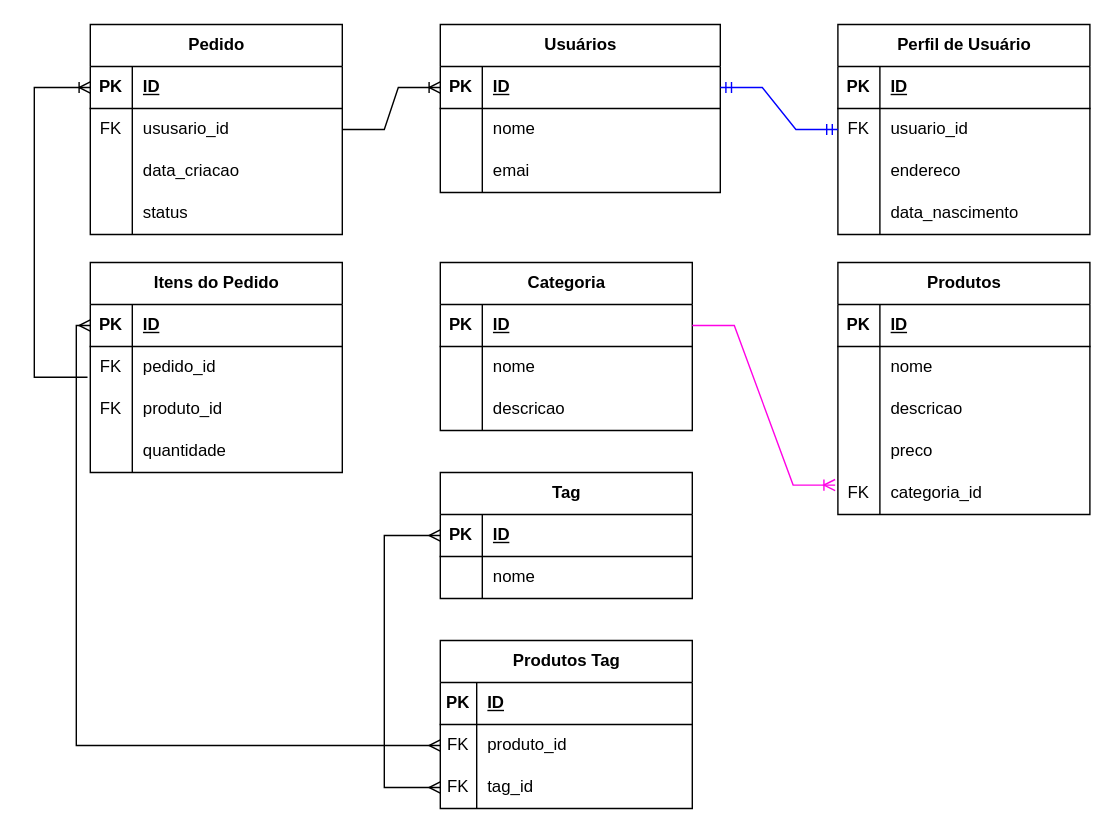
The draw.io diagram Diagrama sem nome.drawio in kaua27112008/aula-professor-jo-o-vitor, before the edit. Source tidied: cells renumbered, new cells numbered last; positions are measured from the earlier drawing's top-left corner, leaving out a move shared by most shapes. Both pictures are drawn from the tidied source at 140%, with x=0, y=0 at pixel (34, 24).
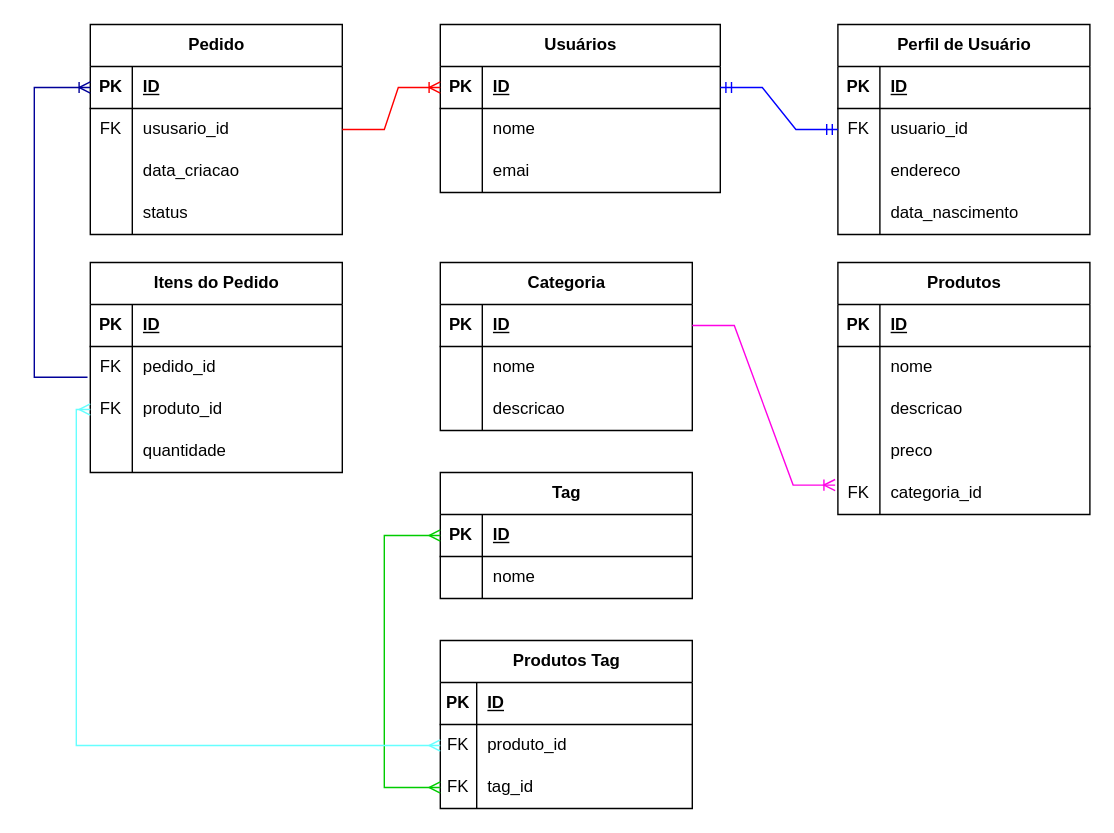
The same page after the edit.

The change refers to these unchanged cells:
```xml
<mxCell id="3" style="shape=tableRow;horizontal=0;startSize=0;swimlaneHead=0;swimlaneBody=0;fillColor=none;points=[[0,0.5],[1,0.5]];portConstraint=eastwest;top=0;left=0;right=0;bottom=1;" parent="2" vertex="1">
  <mxGeometry y="30" width="200" height="30" as="geometry" />
</mxCell>
<mxCell id="54" style="shape=tableRow;horizontal=0;startSize=0;swimlaneHead=0;swimlaneBody=0;fillColor=none;points=[[0,0.5],[1,0.5]];portConstraint=eastwest;top=0;left=0;right=0;bottom=1;" parent="53" vertex="1">
  <mxGeometry y="30" width="180" height="30" as="geometry" />
</mxCell>
<mxCell id="57" style="shape=tableRow;horizontal=0;startSize=0;swimlaneHead=0;swimlaneBody=0;fillColor=none;points=[[0,0.5],[1,0.5]];portConstraint=eastwest;top=0;left=0;right=0;bottom=0;" parent="53" vertex="1">
  <mxGeometry y="60" width="180" height="30" as="geometry" />
</mxCell>
<mxCell id="67" style="shape=tableRow;horizontal=0;startSize=0;swimlaneHead=0;swimlaneBody=0;fillColor=none;points=[[0,0.5],[1,0.5]];portConstraint=eastwest;top=0;left=0;right=0;bottom=1;" parent="66" vertex="1">
  <mxGeometry y="30" width="180" height="30" as="geometry" />
</mxCell>
<mxCell id="70" style="shape=tableRow;horizontal=0;startSize=0;swimlaneHead=0;swimlaneBody=0;fillColor=none;points=[[0,0.5],[1,0.5]];portConstraint=eastwest;top=0;left=0;right=0;bottom=0;" parent="66" vertex="1">
  <mxGeometry y="60" width="180" height="30" as="geometry" />
</mxCell>
<mxCell id="73" style="shape=tableRow;horizontal=0;startSize=0;swimlaneHead=0;swimlaneBody=0;fillColor=none;points=[[0,0.5],[1,0.5]];portConstraint=eastwest;top=0;left=0;right=0;bottom=0;" parent="66" vertex="1">
  <mxGeometry y="90" width="180" height="30" as="geometry" />
</mxCell>
<mxCell id="81" style="shape=tableRow;horizontal=0;startSize=0;swimlaneHead=0;swimlaneBody=0;fillColor=none;points=[[0,0.5],[1,0.5]];portConstraint=eastwest;top=0;left=0;right=0;bottom=1;" parent="80" vertex="1">
  <mxGeometry y="30" width="180" height="30" as="geometry" />
</mxCell>
<mxCell id="91" style="shape=tableRow;horizontal=0;startSize=0;swimlaneHead=0;swimlaneBody=0;fillColor=none;points=[[0,0.5],[1,0.5]];portConstraint=eastwest;top=0;left=0;right=0;bottom=0;" parent="87" vertex="1">
  <mxGeometry y="60" width="180" height="30" as="geometry" />
</mxCell>
<mxCell id="94" style="shape=tableRow;horizontal=0;startSize=0;swimlaneHead=0;swimlaneBody=0;fillColor=none;points=[[0,0.5],[1,0.5]];portConstraint=eastwest;top=0;left=0;right=0;bottom=0;" parent="87" vertex="1">
  <mxGeometry y="90" width="180" height="30" as="geometry" />
</mxCell>
```

What changed in the source:
```diff
@@
-    <mxCell id="79" style="edgeStyle=entityRelationEdgeStyle;fontSize=12;html=1;endArrow=ERoneToMany;rounded=0;entryX=0;entryY=0.5;entryDx=0;entryDy=0;" parent="1" edge="1" source="57" target="3">
+    <mxCell id="79" style="edgeStyle=entityRelationEdgeStyle;fontSize=12;html=1;endArrow=ERoneToMany;rounded=0;entryX=0;entryY=0.5;entryDx=0;entryDy=0;strokeColor=light-dark(#FF0000,#FFFFFF);" parent="1" edge="1" source="57" target="3">
       <mxGeometry relative="1" as="geometry">
         <Array as="points">
           <mxPoint x="250" y="440" />
         </Array>
       </mxGeometry>
     </mxCell>
@@
-    <mxCell id="97" style="edgeStyle=elbowEdgeStyle;fontSize=12;html=1;endArrow=ERmany;startArrow=ERmany;rounded=0;entryX=0;entryY=0.5;entryDx=0;entryDy=0;exitX=0;exitY=0.5;exitDx=0;exitDy=0;elbow=vertical;" parent="1" edge="1" source="94" target="81">
+    <mxCell id="97" style="edgeStyle=elbowEdgeStyle;fontSize=12;html=1;endArrow=ERmany;startArrow=ERmany;rounded=0;entryX=0;entryY=0.5;entryDx=0;entryDy=0;exitX=0;exitY=0.5;exitDx=0;exitDy=0;elbow=vertical;strokeColor=light-dark(#00CC00,#FFFFFF);" parent="1" edge="1" source="94" target="81">
       <mxGeometry relative="1" as="geometry">
         <Array as="points">
           <mxPoint x="250" y="450" />
         </Array>
       </mxGeometry>
     </mxCell>
-    <mxCell id="98" style="edgeStyle=orthogonalEdgeStyle;fontSize=12;html=1;endArrow=ERmany;startArrow=ERmany;rounded=0;entryX=0;entryY=0.5;entryDx=0;entryDy=0;exitX=0;exitY=0.5;exitDx=0;exitDy=0;elbow=vertical;" parent="1" edge="1" source="67" target="91">
+    <mxCell id="98" style="edgeStyle=orthogonalEdgeStyle;fontSize=12;html=1;endArrow=ERmany;startArrow=ERmany;rounded=0;entryX=0;entryY=0.5;entryDx=0;entryDy=0;exitX=0;exitY=0.5;exitDx=0;exitDy=0;elbow=vertical;strokeColor=light-dark(#66FFFF,#FFFFFF);" parent="1" edge="1" source="73" target="91">
       <mxGeometry relative="1" as="geometry" />
     </mxCell>
-    <mxCell id="99" style="edgeStyle=orthogonalEdgeStyle;fontSize=12;html=1;endArrow=ERoneToMany;rounded=0;entryX=0;entryY=0.5;entryDx=0;entryDy=0;exitX=-0.011;exitY=0.733;exitDx=0;exitDy=0;exitPerimeter=0;" parent="1" edge="1" source="70" target="54">
+    <mxCell id="99" style="edgeStyle=orthogonalEdgeStyle;fontSize=12;html=1;endArrow=ERoneToMany;rounded=0;entryX=0;entryY=0.5;entryDx=0;entryDy=0;exitX=-0.011;exitY=0.733;exitDx=0;exitDy=0;exitPerimeter=0;strokeColor=light-dark(#000099,#FFFFFF);" parent="1" edge="1" source="70" target="54">
       <mxGeometry relative="1" as="geometry">
         <Array as="points">
           <mxPoint y="252" />
           <mxPoint y="45" />
         </Array>
       </mxGeometry>
     </mxCell>
```
